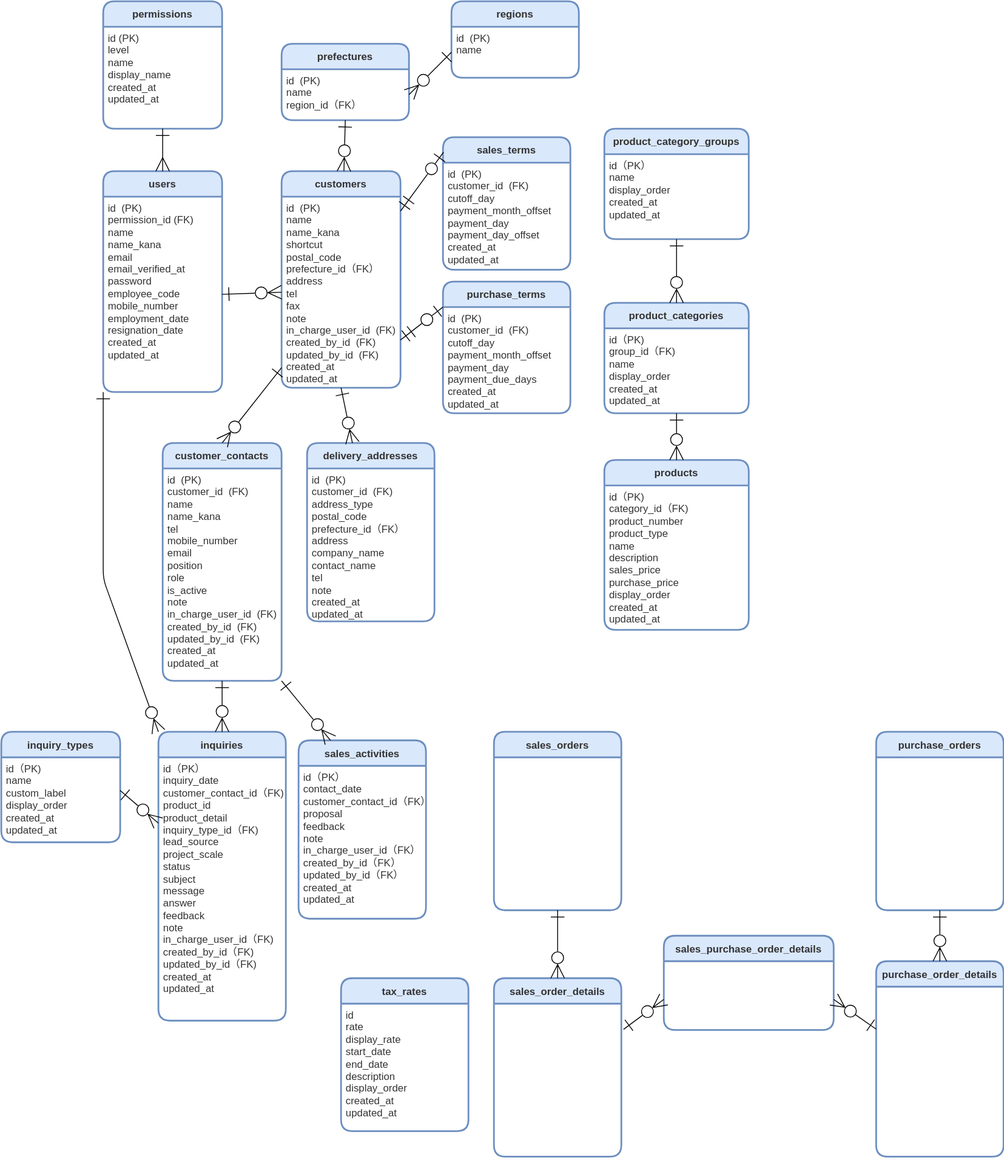
Before: src/docs/ER.drawio.svg, a diagram exported from draw.io (ryo-tom/flagship). Source tidied: cells renumbered, new cells last; positions are measured from the earlier drawing's top-left corner, leaving out a move shared by most shapes.
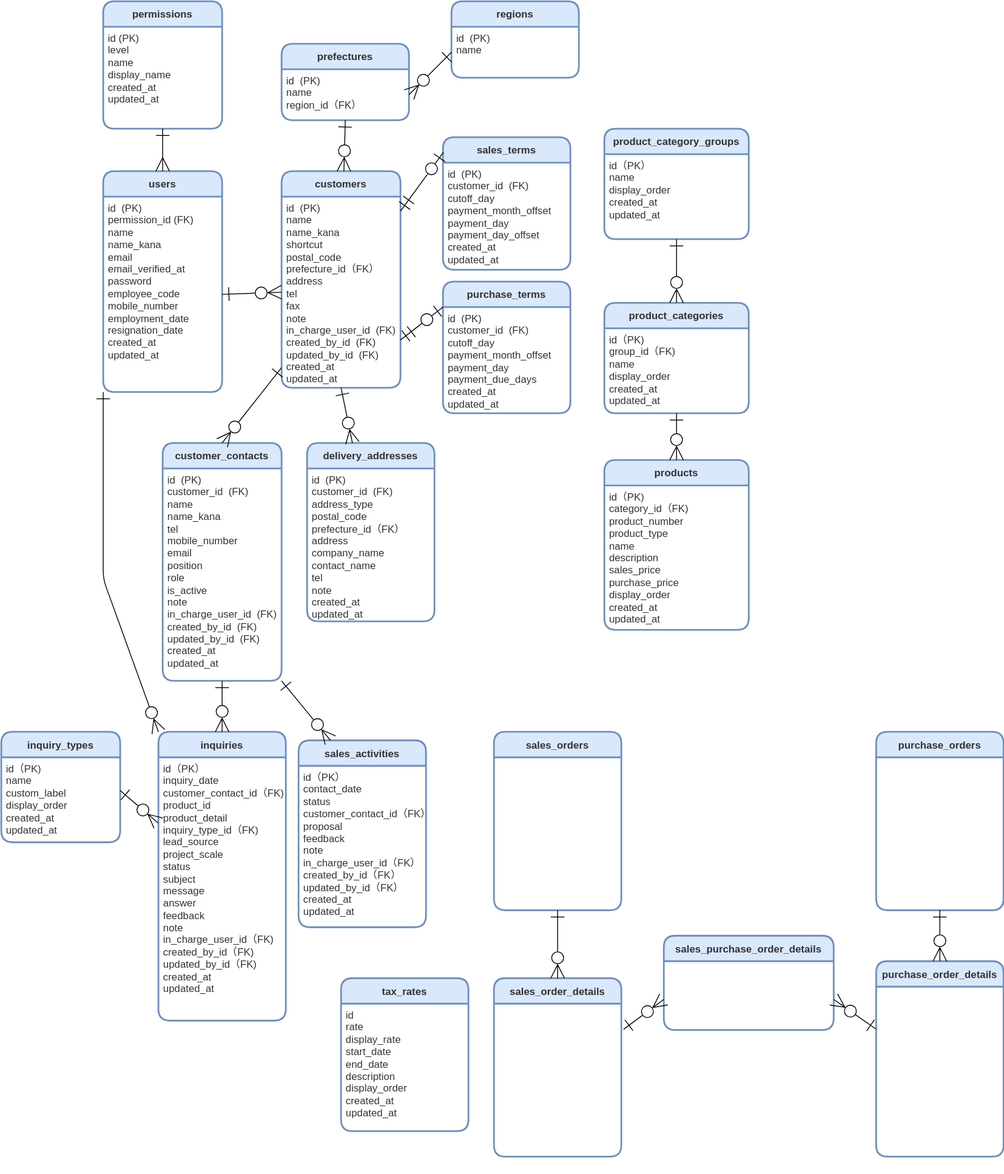
After the change.

Diff of the diagram source:
```diff
@@ -130,10 +130,10 @@
       <mxGeometry relative="1" as="geometry" />
     </mxCell>
     <mxCell id="43" value="sales_activities" style="swimlane;horizontal=1;startSize=30;rounded=1;fontSize=12;fontStyle=1;strokeWidth=2;shadow=0;dashed=0;align=center;fillColor=#dae8fc;strokeColor=#6c8ebf;fontColor=#333333;labelBackgroundColor=none;gradientColor=none;swimlaneFillColor=#FFFFFF;verticalAlign=middle;" parent="1" vertex="1">
-      <mxGeometry x="350" y="870" width="150" height="210" as="geometry" />
+      <mxGeometry x="350" y="870" width="150" height="220" as="geometry" />
     </mxCell>
-    <mxCell id="44" value="&lt;div&gt;id（PK）&lt;/div&gt;&lt;div&gt;contact_date&lt;/div&gt;&lt;div&gt;customer_contact_id（FK）&lt;/div&gt;&lt;div&gt;proposal&lt;/div&gt;&lt;div&gt;feedback&lt;/div&gt;&lt;div&gt;note&lt;/div&gt;&lt;div&gt;in_charge_user_id（FK）&lt;/div&gt;&lt;div&gt;created_by_id（FK）&lt;/div&gt;&lt;div&gt;updated_by_id（FK）&lt;/div&gt;&lt;div&gt;created_at&lt;/div&gt;&lt;div&gt;updated_at&lt;/div&gt;" style="align=left;strokeColor=none;fillColor=none;spacingLeft=4;fontSize=12;verticalAlign=top;fontColor=#333333;html=1;" parent="43" vertex="1">
-      <mxGeometry y="30" width="150" height="180" as="geometry" />
+    <mxCell id="44" value="&lt;div&gt;id（PK）&lt;/div&gt;&lt;div&gt;contact_date&lt;/div&gt;&lt;div&gt;status&lt;/div&gt;&lt;div&gt;customer_contact_id（FK）&lt;/div&gt;&lt;div&gt;proposal&lt;/div&gt;&lt;div&gt;feedback&lt;/div&gt;&lt;div&gt;note&lt;/div&gt;&lt;div&gt;in_charge_user_id（FK）&lt;/div&gt;&lt;div&gt;created_by_id（FK）&lt;/div&gt;&lt;div&gt;updated_by_id（FK）&lt;/div&gt;&lt;div&gt;created_at&lt;/div&gt;&lt;div&gt;updated_at&lt;/div&gt;" style="align=left;strokeColor=none;fillColor=none;spacingLeft=4;fontSize=12;verticalAlign=top;fontColor=#333333;html=1;" parent="43" vertex="1">
+      <mxGeometry y="30" width="150" height="190" as="geometry" />
     </mxCell>
     <mxCell id="45" style="edgeStyle=none;shape=connector;rounded=1;jumpStyle=none;jumpSize=6;html=1;shadow=0;labelBackgroundColor=default;strokeColor=default;fontFamily=Helvetica;fontSize=12;fontColor=default;startArrow=ERone;startFill=0;endArrow=ERzeroToMany;endFill=0;startSize=14;endSize=14;targetPerimeterSpacing=0;verticalAlign=top;exitX=1;exitY=1;exitDx=0;exitDy=0;entryX=0.25;entryY=0;entryDx=0;entryDy=0;" parent="1" edge="1" source="11" target="43">
       <mxGeometry relative="1" as="geometry" />
```
